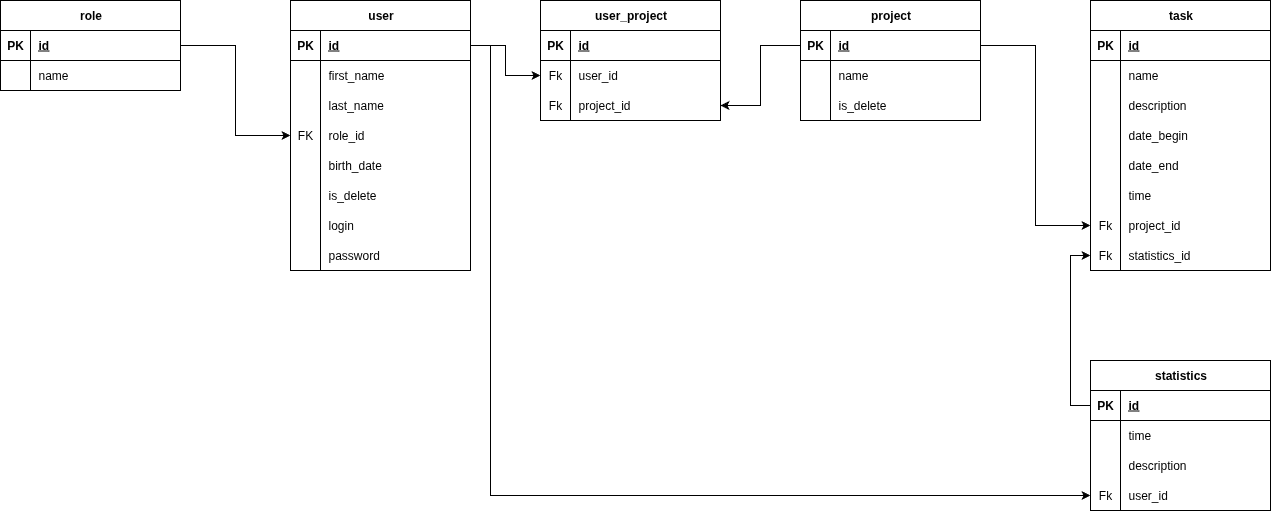
The draw.io diagram diagrams/taskManager.drawio.png in AbominablePutridity/TaskManager-SpringBoot-, before a commit. Source tidied: cells renumbered, new cells last; positions are measured from the earlier drawing's top-left corner, leaving out a move shared by most shapes.
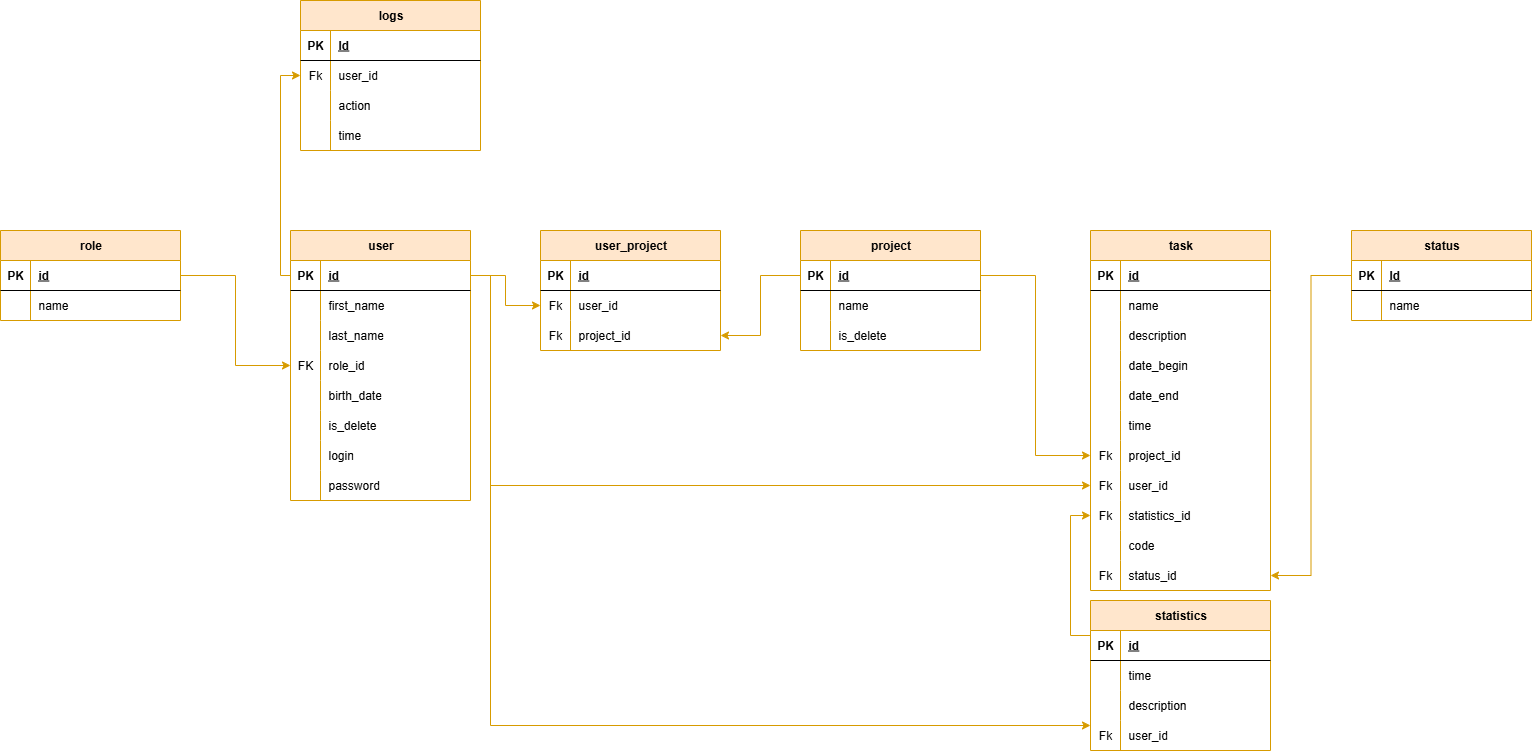
After the change.

What changed in the source:
```diff
@@ -2,7 +2,7 @@
   <root>
     <mxCell id="0" />
     <mxCell id="1" parent="0" />
-    <mxCell id="2" value="user" style="shape=table;startSize=30;rowLines=0;fontStyle=1;align=center;html=1;" parent="1" vertex="1">
+    <mxCell id="2" value="user" style="shape=table;startSize=30;rowLines=0;fontStyle=1;align=center;html=1;fillColor=#ffe6cc;strokeColor=#d79b00;" parent="1" vertex="1">
       <mxGeometry x="290" width="180" height="270" as="geometry" />
     </mxCell>
     <mxCell id="3" style="shape=tableRow;horizontal=0;startSize=0;swimlaneHead=0;swimlaneBody=0;fillColor=none;points=[[0,0.5],[1,0.5]];portConstraint=eastwest;top=0;left=0;right=0;bottom=1;" parent="2" vertex="1">
@@ -77,7 +77,7 @@
     <mxCell id="26" value="password" style="shape=partialRectangle;fillColor=none;top=0;left=0;bottom=0;right=0;align=left;spacingLeft=6;overflow=hidden;whiteSpace=wrap;html=1;" parent="24" vertex="1">
       <mxGeometry x="30" width="150" height="30" as="geometry" />
     </mxCell>
-    <mxCell id="27" value="role" style="shape=table;startSize=30;rowLines=0;fontStyle=1;align=center;html=1;" parent="1" vertex="1">
+    <mxCell id="27" value="role" style="shape=table;startSize=30;rowLines=0;fontStyle=1;align=center;html=1;fillColor=#ffe6cc;strokeColor=#d79b00;" parent="1" vertex="1">
       <mxGeometry width="180" height="90" as="geometry" />
     </mxCell>
     <mxCell id="28" style="shape=tableRow;horizontal=0;startSize=0;swimlaneHead=0;swimlaneBody=0;fillColor=none;points=[[0,0.5],[1,0.5]];portConstraint=eastwest;top=0;left=0;right=0;bottom=1;" parent="27" vertex="1">
@@ -98,10 +98,10 @@
     <mxCell id="33" value="name" style="shape=partialRectangle;fillColor=none;top=0;left=0;bottom=0;right=0;align=left;spacingLeft=6;overflow=hidden;whiteSpace=wrap;html=1;" parent="31" vertex="1">
       <mxGeometry x="30" width="150" height="30" as="geometry" />
     </mxCell>
-    <mxCell id="34" style="edgeStyle=orthogonalEdgeStyle;rounded=0;jettySize=auto;html=1;" parent="1" edge="1" source="28" target="12">
+    <mxCell id="34" style="edgeStyle=orthogonalEdgeStyle;rounded=0;jettySize=auto;html=1;fillColor=#ffe6cc;strokeColor=#d79b00;" parent="1" edge="1" source="28" target="12">
       <mxGeometry relative="1" as="geometry" />
     </mxCell>
-    <mxCell id="35" value="project" style="shape=table;startSize=30;rowLines=0;fontStyle=1;align=center;html=1;" parent="1" vertex="1">
+    <mxCell id="35" value="project" style="shape=table;startSize=30;rowLines=0;fontStyle=1;align=center;html=1;fillColor=#ffe6cc;strokeColor=#d79b00;" parent="1" vertex="1">
       <mxGeometry x="800" width="180" height="120" as="geometry" />
     </mxCell>
     <mxCell id="36" style="shape=tableRow;horizontal=0;startSize=0;swimlaneHead=0;swimlaneBody=0;fillColor=none;points=[[0,0.5],[1,0.5]];portConstraint=eastwest;top=0;left=0;right=0;bottom=1;" parent="35" vertex="1">
@@ -131,8 +131,8 @@
     <mxCell id="44" value="is_delete" style="shape=partialRectangle;fillColor=none;top=0;left=0;bottom=0;right=0;align=left;spacingLeft=6;overflow=hidden;whiteSpace=wrap;html=1;" parent="42" vertex="1">
       <mxGeometry x="30" width="150" height="30" as="geometry" />
     </mxCell>
-    <mxCell id="45" value="task" style="shape=table;startSize=30;rowLines=0;fontStyle=1;align=center;html=1;" parent="1" vertex="1">
-      <mxGeometry x="1090" width="180" height="270" as="geometry" />
+    <mxCell id="45" value="task" style="shape=table;startSize=30;rowLines=0;fontStyle=1;align=center;html=1;fillColor=#ffe6cc;strokeColor=#d79b00;" parent="1" vertex="1">
+      <mxGeometry x="1090" width="180" height="360" as="geometry" />
     </mxCell>
     <mxCell id="46" style="shape=tableRow;horizontal=0;startSize=0;swimlaneHead=0;swimlaneBody=0;fillColor=none;top=0;left=0;right=0;bottom=1;" parent="45" vertex="1">
       <mxGeometry y="30" width="180" height="30" as="geometry" />
@@ -203,10 +203,37 @@
     <mxCell id="68" value="Fk" style="shape=partialRectangle;fillColor=none;top=0;left=0;bottom=0;right=0;overflow=hidden;whiteSpace=wrap;html=1;" parent="67" vertex="1">
       <mxGeometry width="30" height="30" as="geometry" />
     </mxCell>
-    <mxCell id="69" value="statistics_id" style="shape=partialRectangle;fillColor=none;top=0;left=0;bottom=0;right=0;align=left;spacingLeft=6;overflow=hidden;whiteSpace=wrap;html=1;" parent="67" vertex="1">
+    <mxCell id="69" value="user_id" style="shape=partialRectangle;fillColor=none;top=0;left=0;bottom=0;right=0;align=left;spacingLeft=6;overflow=hidden;whiteSpace=wrap;html=1;" parent="67" vertex="1">
       <mxGeometry x="30" width="150" height="30" as="geometry" />
     </mxCell>
+    <mxCell id="98" style="shape=tableRow;horizontal=0;startSize=0;swimlaneHead=0;swimlaneBody=0;fillColor=none;points=[[0,0.5],[1,0.5]];portConstraint=eastwest;top=0;left=0;right=0;bottom=0;" parent="45" vertex="1">
+      <mxGeometry y="270" width="180" height="30" as="geometry" />
+    </mxCell>
+    <mxCell id="99" value="Fk" style="shape=partialRectangle;fillColor=none;top=0;left=0;bottom=0;right=0;overflow=hidden;whiteSpace=wrap;html=1;" parent="98" vertex="1">
+      <mxGeometry width="30" height="30" as="geometry" />
+    </mxCell>
+    <mxCell id="100" value="statistics_id" style="shape=partialRectangle;fillColor=none;top=0;left=0;bottom=0;right=0;align=left;spacingLeft=6;overflow=hidden;whiteSpace=wrap;html=1;" parent="98" vertex="1">
+      <mxGeometry x="30" width="150" height="30" as="geometry" />
+    </mxCell>
+    <mxCell id="101" style="shape=tableRow;horizontal=0;startSize=0;swimlaneHead=0;swimlaneBody=0;fillColor=none;top=0;left=0;right=0;bottom=0;" parent="45" vertex="1">
+      <mxGeometry y="300" width="180" height="30" as="geometry" />
+    </mxCell>
+    <mxCell id="102" style="shape=partialRectangle;fillColor=none;top=0;left=0;bottom=0;right=0;overflow=hidden;whiteSpace=wrap;html=1;" parent="101" vertex="1">
+      <mxGeometry width="30" height="30" as="geometry" />
+    </mxCell>
+    <mxCell id="103" value="code" style="shape=partialRectangle;fillColor=none;top=0;left=0;bottom=0;right=0;align=left;spacingLeft=6;overflow=hidden;whiteSpace=wrap;html=1;" parent="101" vertex="1">
+      <mxGeometry x="30" width="150" height="30" as="geometry" />
+    </mxCell>
+    <mxCell id="104" style="shape=tableRow;horizontal=0;startSize=0;swimlaneHead=0;swimlaneBody=0;fillColor=none;points=[[0,0.5],[1,0.5]];portConstraint=eastwest;top=0;left=0;right=0;bottom=0;" parent="45" vertex="1">
+      <mxGeometry y="330" width="180" height="30" as="geometry" />
+    </mxCell>
+    <mxCell id="105" value="Fk" style="shape=partialRectangle;fillColor=none;top=0;left=0;bottom=0;right=0;overflow=hidden;whiteSpace=wrap;html=1;" parent="104" vertex="1">
+      <mxGeometry width="30" height="30" as="geometry" />
+    </mxCell>
+    <mxCell id="106" value="status_id" style="shape=partialRectangle;fillColor=none;top=0;left=0;bottom=0;right=0;align=left;spacingLeft=6;overflow=hidden;whiteSpace=wrap;html=1;" parent="104" vertex="1">
+      <mxGeometry x="30" width="150" height="30" as="geometry" />
+    </mxCell>
-    <mxCell id="70" value="user_project" style="shape=table;startSize=30;rowLines=0;fontStyle=1;align=center;html=1;" parent="1" vertex="1">
+    <mxCell id="70" value="user_project" style="shape=table;startSize=30;rowLines=0;fontStyle=1;align=center;html=1;fillColor=#ffe6cc;strokeColor=#d79b00;" parent="1" vertex="1">
       <mxGeometry x="540" width="180" height="120" as="geometry" />
     </mxCell>
     <mxCell id="71" style="shape=tableRow;horizontal=0;startSize=0;swimlaneHead=0;swimlaneBody=0;fillColor=none;top=0;left=0;right=0;bottom=1;" parent="70" vertex="1">
@@ -236,17 +263,17 @@
     <mxCell id="79" value="project_id" style="shape=partialRectangle;fillColor=none;top=0;left=0;bottom=0;right=0;align=left;spacingLeft=6;overflow=hidden;whiteSpace=wrap;html=1;" parent="77" vertex="1">
       <mxGeometry x="30" width="150" height="30" as="geometry" />
     </mxCell>
-    <mxCell id="80" style="edgeStyle=orthogonalEdgeStyle;rounded=0;jettySize=auto;html=1;" parent="1" edge="1" source="3" target="74">
+    <mxCell id="80" style="edgeStyle=orthogonalEdgeStyle;rounded=0;jettySize=auto;html=1;fillColor=#ffe6cc;strokeColor=#d79b00;" parent="1" edge="1" source="3" target="74">
       <mxGeometry relative="1" as="geometry" />
     </mxCell>
-    <mxCell id="81" style="edgeStyle=orthogonalEdgeStyle;rounded=0;jettySize=auto;html=1;" parent="1" edge="1" source="36" target="77">
+    <mxCell id="81" style="edgeStyle=orthogonalEdgeStyle;rounded=0;jettySize=auto;html=1;fillColor=#ffe6cc;strokeColor=#d79b00;" parent="1" edge="1" source="36" target="77">
       <mxGeometry relative="1" as="geometry" />
     </mxCell>
-    <mxCell id="82" style="edgeStyle=orthogonalEdgeStyle;rounded=0;jettySize=auto;html=1;" parent="1" edge="1" source="36" target="64">
+    <mxCell id="82" style="edgeStyle=orthogonalEdgeStyle;rounded=0;jettySize=auto;html=1;fillColor=#ffe6cc;strokeColor=#d79b00;" parent="1" edge="1" source="36" target="64">
       <mxGeometry relative="1" as="geometry" />
     </mxCell>
-    <mxCell id="83" value="statistics" style="shape=table;startSize=30;rowLines=0;fontStyle=1;align=center;html=1;" parent="1" vertex="1">
-      <mxGeometry x="1090" y="360" width="180" height="150" as="geometry" />
+    <mxCell id="83" value="statistics" style="shape=table;startSize=30;rowLines=0;fontStyle=1;align=center;html=1;fillColor=#ffe6cc;strokeColor=#d79b00;" parent="1" vertex="1">
+      <mxGeometry x="1090" y="370" width="180" height="150" as="geometry" />
     </mxCell>
     <mxCell id="84" style="shape=tableRow;horizontal=0;startSize=0;swimlaneHead=0;swimlaneBody=0;fillColor=none;points=[[0,0.5],[1,0.5]];portConstraint=eastwest;top=0;left=0;right=0;bottom=1;" parent="83" vertex="1">
       <mxGeometry y="30" width="180" height="30" as="geometry" />
@@ -284,10 +311,15 @@
     <mxCell id="95" value="user_id" style="shape=partialRectangle;fillColor=none;top=0;left=0;bottom=0;right=0;align=left;spacingLeft=6;overflow=hidden;whiteSpace=wrap;html=1;" parent="93" vertex="1">
       <mxGeometry x="30" width="150" height="30" as="geometry" />
     </mxCell>
-    <mxCell id="96" style="edgeStyle=orthogonalEdgeStyle;rounded=0;jettySize=auto;html=1;entryX=0;entryY=0.5;entryDx=0;entryDy=0;" parent="1" edge="1" source="84" target="67">
-      <mxGeometry relative="1" as="geometry" />
+    <mxCell id="96" style="edgeStyle=orthogonalEdgeStyle;rounded=0;jettySize=auto;html=1;entryX=0;entryY=0.5;entryDx=0;entryDy=0;fillColor=#ffe6cc;strokeColor=#d79b00;" parent="1" edge="1" source="84" target="98">
+      <mxGeometry relative="1" as="geometry">
+        <Array as="points">
+          <mxPoint x="1070" y="405" />
+          <mxPoint x="1070" y="285" />
+        </Array>
+      </mxGeometry>
     </mxCell>
-    <mxCell id="97" style="edgeStyle=orthogonalEdgeStyle;rounded=0;jettySize=auto;html=1;" parent="1" edge="1" source="3" target="93">
+    <mxCell id="97" style="edgeStyle=orthogonalEdgeStyle;rounded=0;jettySize=auto;html=1;fillColor=#ffe6cc;strokeColor=#d79b00;" parent="1" edge="1" source="3" target="93">
       <mxGeometry relative="1" as="geometry">
         <Array as="points">
           <mxPoint x="490" y="45" />
@@ -295,5 +327,84 @@
         </Array>
       </mxGeometry>
     </mxCell>
+    <mxCell id="107" value="logs" style="shape=table;startSize=30;rowLines=0;fontStyle=1;align=center;html=1;fillColor=#ffe6cc;strokeColor=#d79b00;" parent="1" vertex="1">
+      <mxGeometry x="300" y="-230" width="180" height="150" as="geometry" />
+    </mxCell>
+    <mxCell id="108" style="shape=tableRow;horizontal=0;startSize=0;swimlaneHead=0;swimlaneBody=0;fillColor=none;top=0;left=0;right=0;bottom=1;" parent="107" vertex="1">
+      <mxGeometry y="30" width="180" height="30" as="geometry" />
+    </mxCell>
+    <mxCell id="109" value="PK" style="shape=partialRectangle;fillColor=none;top=0;left=0;bottom=0;right=0;fontStyle=1;overflow=hidden;whiteSpace=wrap;html=1;" parent="108" vertex="1">
+      <mxGeometry width="30" height="30" as="geometry" />
+    </mxCell>
+    <mxCell id="110" value="Id" style="shape=partialRectangle;fillColor=none;top=0;left=0;bottom=0;right=0;align=left;spacingLeft=6;fontStyle=5;overflow=hidden;whiteSpace=wrap;html=1;" parent="108" vertex="1">
+      <mxGeometry x="30" width="150" height="30" as="geometry" />
+    </mxCell>
+    <mxCell id="111" style="shape=tableRow;horizontal=0;startSize=0;swimlaneHead=0;swimlaneBody=0;fillColor=none;points=[[0,0.5],[1,0.5]];portConstraint=eastwest;top=0;left=0;right=0;bottom=0;" parent="107" vertex="1">
+      <mxGeometry y="60" width="180" height="30" as="geometry" />
+    </mxCell>
+    <mxCell id="112" value="Fk" style="shape=partialRectangle;fillColor=none;top=0;left=0;bottom=0;right=0;overflow=hidden;whiteSpace=wrap;html=1;" parent="111" vertex="1">
+      <mxGeometry width="30" height="30" as="geometry" />
+    </mxCell>
+    <mxCell id="113" value="user_id" style="shape=partialRectangle;fillColor=none;top=0;left=0;bottom=0;right=0;align=left;spacingLeft=6;overflow=hidden;whiteSpace=wrap;html=1;" parent="111" vertex="1">
+      <mxGeometry x="30" width="150" height="30" as="geometry" />
+    </mxCell>
+    <mxCell id="114" style="shape=tableRow;horizontal=0;startSize=0;swimlaneHead=0;swimlaneBody=0;fillColor=none;top=0;left=0;right=0;bottom=0;" parent="107" vertex="1">
+      <mxGeometry y="90" width="180" height="30" as="geometry" />
+    </mxCell>
+    <mxCell id="115" style="shape=partialRectangle;fillColor=none;top=0;left=0;bottom=0;right=0;overflow=hidden;whiteSpace=wrap;html=1;" parent="114" vertex="1">
+      <mxGeometry width="30" height="30" as="geometry" />
+    </mxCell>
+    <mxCell id="116" value="action" style="shape=partialRectangle;fillColor=none;top=0;left=0;bottom=0;right=0;align=left;spacingLeft=6;overflow=hidden;whiteSpace=wrap;html=1;" parent="114" vertex="1">
+      <mxGeometry x="30" width="150" height="30" as="geometry" />
+    </mxCell>
+    <mxCell id="117" style="shape=tableRow;horizontal=0;startSize=0;swimlaneHead=0;swimlaneBody=0;fillColor=none;top=0;left=0;right=0;bottom=0;" parent="107" vertex="1">
+      <mxGeometry y="120" width="180" height="30" as="geometry" />
+    </mxCell>
+    <mxCell id="118" style="shape=partialRectangle;fillColor=none;top=0;left=0;bottom=0;right=0;overflow=hidden;whiteSpace=wrap;html=1;" parent="117" vertex="1">
+      <mxGeometry width="30" height="30" as="geometry" />
+    </mxCell>
+    <mxCell id="119" value="time" style="shape=partialRectangle;fillColor=none;top=0;left=0;bottom=0;right=0;align=left;spacingLeft=6;overflow=hidden;whiteSpace=wrap;html=1;" parent="117" vertex="1">
+      <mxGeometry x="30" width="150" height="30" as="geometry" />
+    </mxCell>
+    <mxCell id="120" style="edgeStyle=orthogonalEdgeStyle;rounded=0;jettySize=auto;html=1;fillColor=#ffe6cc;strokeColor=#d79b00;" parent="1" edge="1" source="3" target="111">
+      <mxGeometry relative="1" as="geometry">
+        <Array as="points">
+          <mxPoint x="280" y="45" />
+          <mxPoint x="280" y="-155" />
+        </Array>
+      </mxGeometry>
+    </mxCell>
+    <mxCell id="121" style="edgeStyle=orthogonalEdgeStyle;rounded=0;jettySize=auto;html=1;fillColor=#ffe6cc;strokeColor=#d79b00;" parent="1" edge="1" source="3" target="67">
+      <mxGeometry relative="1" as="geometry">
+        <Array as="points">
+          <mxPoint x="490" y="45" />
+          <mxPoint x="490" y="255" />
+        </Array>
+      </mxGeometry>
+    </mxCell>
+    <mxCell id="122" value="status" style="shape=table;startSize=30;rowLines=0;fontStyle=1;align=center;html=1;fillColor=#ffe6cc;strokeColor=#d79b00;" parent="1" vertex="1">
+      <mxGeometry x="1351" width="180" height="90" as="geometry" />
+    </mxCell>
+    <mxCell id="123" style="shape=tableRow;horizontal=0;startSize=0;swimlaneHead=0;swimlaneBody=0;fillColor=none;points=[[0,0.5],[1,0.5]];portConstraint=eastwest;top=0;left=0;right=0;bottom=1;" parent="122" vertex="1">
+      <mxGeometry y="30" width="180" height="30" as="geometry" />
+    </mxCell>
+    <mxCell id="124" value="PK" style="shape=partialRectangle;fillColor=none;top=0;left=0;bottom=0;right=0;fontStyle=1;overflow=hidden;whiteSpace=wrap;html=1;" parent="123" vertex="1">
+      <mxGeometry width="30" height="30" as="geometry" />
+    </mxCell>
+    <mxCell id="125" value="Id" style="shape=partialRectangle;fillColor=none;top=0;left=0;bottom=0;right=0;align=left;spacingLeft=6;fontStyle=5;overflow=hidden;whiteSpace=wrap;html=1;" parent="123" vertex="1">
+      <mxGeometry x="30" width="150" height="30" as="geometry" />
+    </mxCell>
+    <mxCell id="126" style="shape=tableRow;horizontal=0;startSize=0;swimlaneHead=0;swimlaneBody=0;fillColor=none;top=0;left=0;right=0;bottom=0;" parent="122" vertex="1">
+      <mxGeometry y="60" width="180" height="30" as="geometry" />
+    </mxCell>
+    <mxCell id="127" style="shape=partialRectangle;fillColor=none;top=0;left=0;bottom=0;right=0;overflow=hidden;whiteSpace=wrap;html=1;" parent="126" vertex="1">
+      <mxGeometry width="30" height="30" as="geometry" />
+    </mxCell>
+    <mxCell id="128" value="name" style="shape=partialRectangle;fillColor=none;top=0;left=0;bottom=0;right=0;align=left;spacingLeft=6;overflow=hidden;whiteSpace=wrap;html=1;" parent="126" vertex="1">
+      <mxGeometry x="30" width="150" height="30" as="geometry" />
+    </mxCell>
+    <mxCell id="129" style="edgeStyle=orthogonalEdgeStyle;rounded=0;jettySize=auto;html=1;fillColor=#ffe6cc;strokeColor=#d79b00;" parent="1" edge="1" source="123" target="104">
+      <mxGeometry relative="1" as="geometry" />
+    </mxCell>
   </root>
 </mxGraphModel>
```
